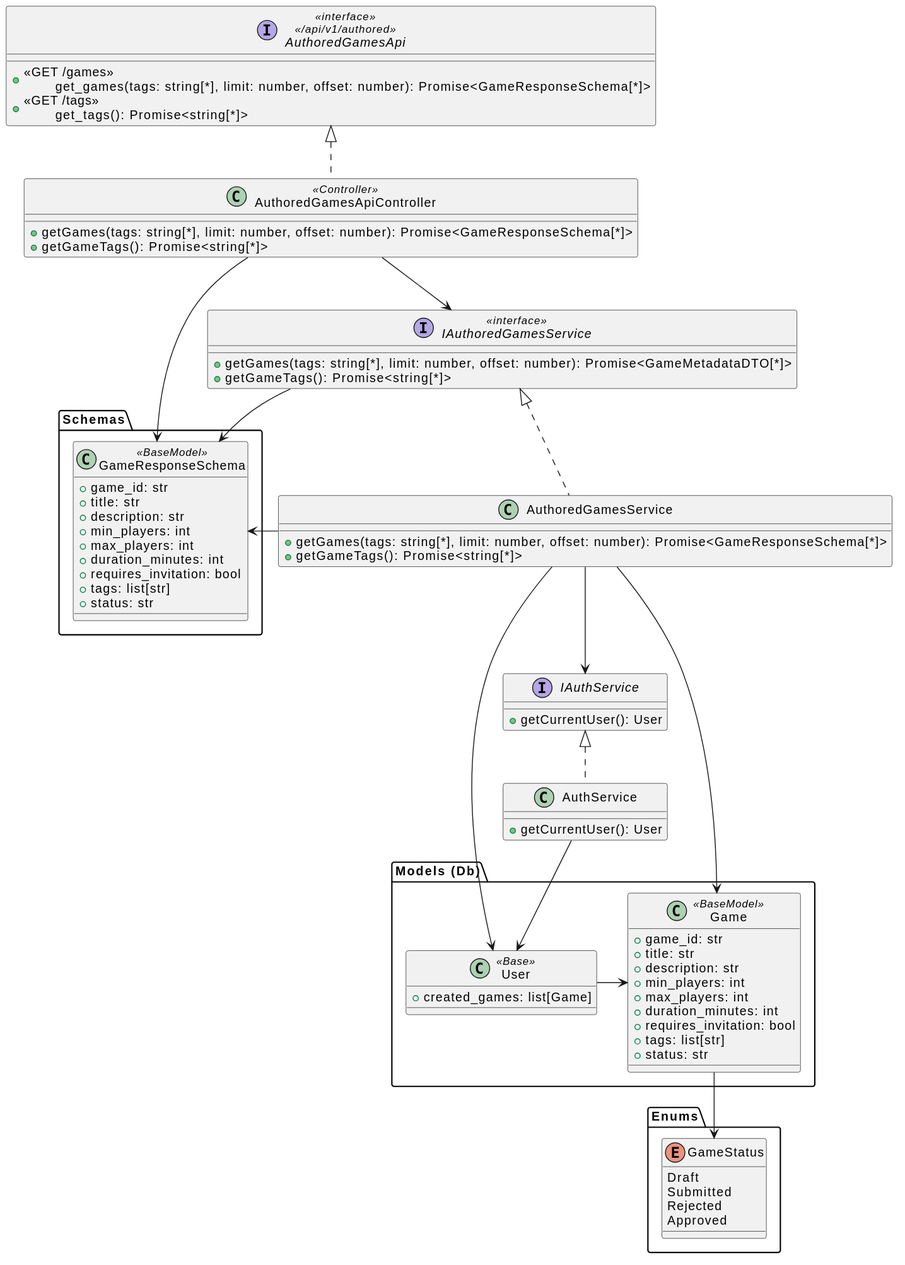
This is diagrams/backend/rendered/authors-game-list.svg from Igor-Ochocki/POP-2026Z, a PlantUML export, as it was before one commit.
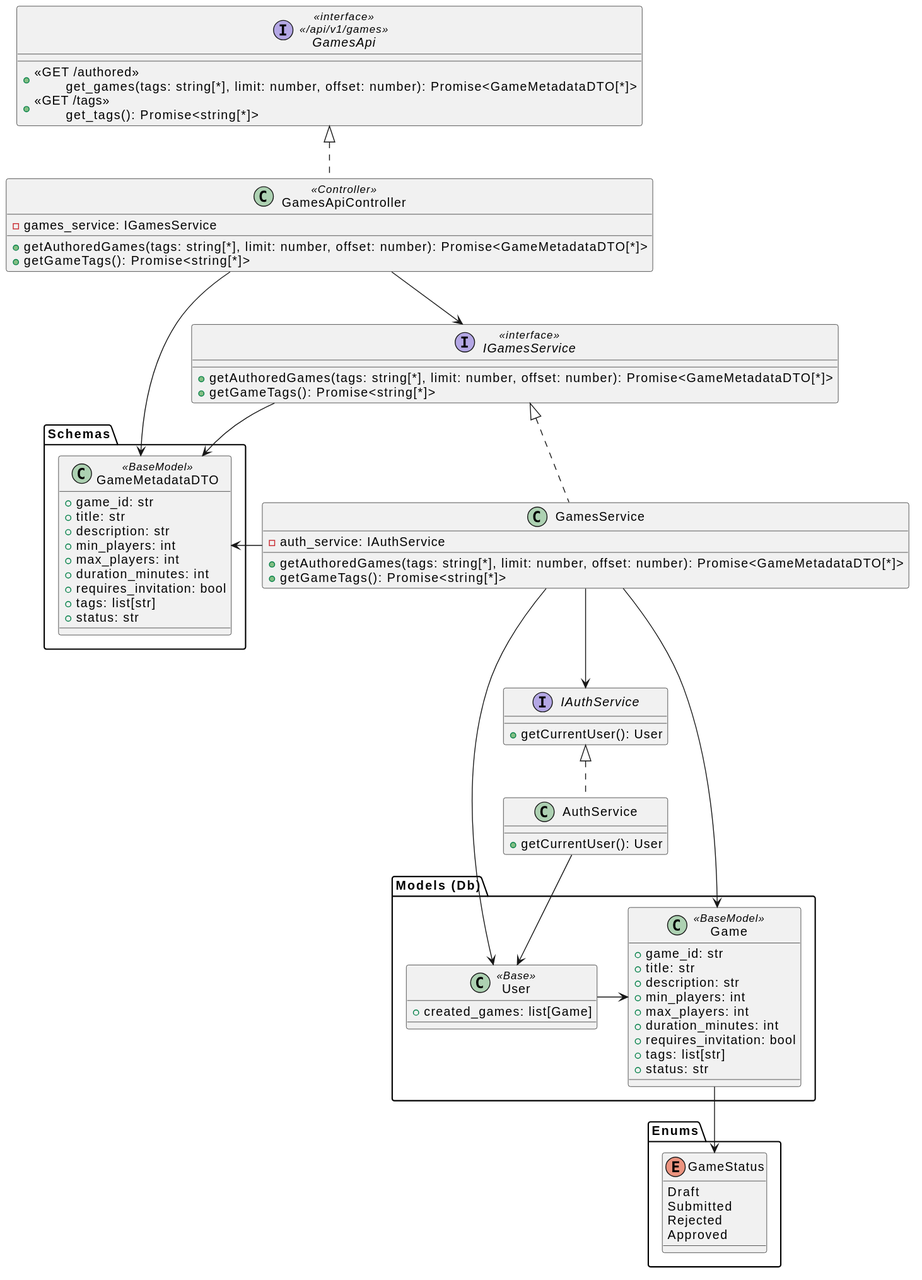
After the change.

Commit message:
Zaadresowano punkt 3 i 4 oraz komentarz odnośnie endpointu API

The edit, as a diff of the source:
```diff
@@ -1,16 +1,20 @@
 @startuml
-interface AuthoredGamesApi <<interface>>\n<< /api/v1/authored >> {
-    + <<GET /games >>\n\tget_games(tags: string[*], limit: number, offset: number): Promise<GameResponseSchema[*]>
+interface GamesApi <<interface>>\n<< /api/v1/games >> {
+    + <<GET /authored >>\n\tget_games(tags: string[*], limit: number, offset: number): Promise<GameMetadataDTO[*]>
     + <<GET /tags >>\n\tget_tags(): Promise<string[*]>
 }
 
-class AuthoredGamesApiController <<Controller>> implements AuthoredGamesApi {
-    +getGames(tags: string[*], limit: number, offset: number): Promise<GameResponseSchema[*]>
+class GamesApiController <<Controller>> implements GamesApi {
+    -games_service: IGamesService
+
+    +getAuthoredGames(tags: string[*], limit: number, offset: number): Promise<GameMetadataDTO[*]>
     +getGameTags(): Promise<string[*]>
 }
 
-class AuthoredGamesService implements IAuthoredGamesService {
-    +getGames(tags: string[*], limit: number, offset: number): Promise<GameResponseSchema[*]>
+class GamesService implements IGamesService {
+    - auth_service: IAuthService
+
+    +getAuthoredGames(tags: string[*], limit: number, offset: number): Promise<GameMetadataDTO[*]>
     +getGameTags(): Promise<string[*]>
 }
 
@@ -42,8 +46,8 @@
     }
 }
 
-interface IAuthoredGamesService <<interface>> {
-    +getGames(tags: string[*], limit: number, offset: number): Promise<GameMetadataDTO[*]>
+interface IGamesService <<interface>> {
+    +getAuthoredGames(tags: string[*], limit: number, offset: number): Promise<GameMetadataDTO[*]>
     +getGameTags(): Promise<string[*]>
 }
 
@@ -57,7 +61,7 @@
 }
 
 package "Schemas" {
-    class GameResponseSchema <<BaseModel>> {
+    class GameMetadataDTO <<BaseModel>> {
         + game_id: str
         + title: str
         + description: str
@@ -70,14 +74,14 @@
     }
 }
 
-AuthoredGamesApiController --> IAuthoredGamesService
+GamesApiController --> IGamesService
 User -> Game
 Game --> GameStatus
-AuthoredGamesApiController -> GameResponseSchema
-IAuthoredGamesService -> GameResponseSchema
-AuthoredGamesService -> GameResponseSchema
-AuthoredGamesService --> IAuthService
-AuthoredGamesService --> User
+GamesApiController -> GameMetadataDTO
+IGamesService -> GameMetadataDTO
+GamesService -> GameMetadataDTO
+GamesService --> IAuthService
+GamesService --> User
 AuthService --> User
-AuthoredGamesService --> Game
+GamesService --> Game
 @enduml
```
